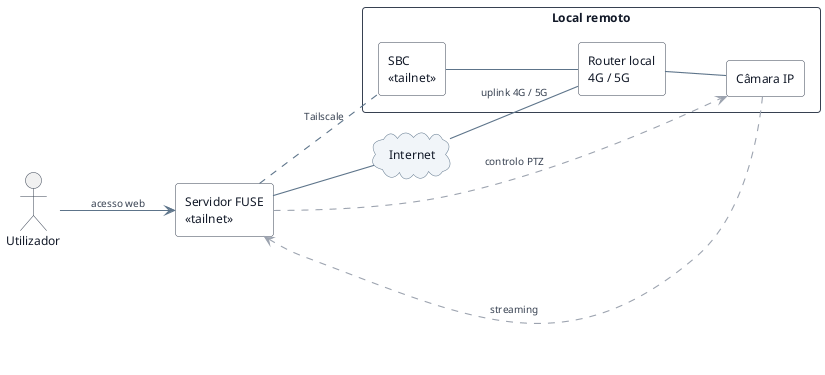
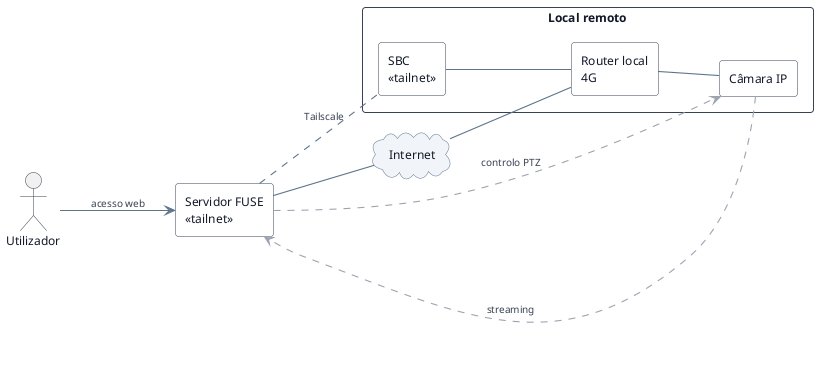
@startuml
' Solução proposta: acesso remoto a CCTV via Tailscale (arquitetura FUSE)
' Convenções:
'   - linha sólida  = conectividade IP física
'   - linha ponto-a-ponto (..)  = túnel VPN Tailscale (end-to-end FUSE <-> SBC)
'   - linha tracejada (dashed)  = fluxos lógicos de dados (streaming / PTZ)

skinparam backgroundColor white
skinparam shadowing false
skinparam defaultFontName Helvetica
skinparam defaultFontSize 12

skinparam ArrowColor #5D748A
skinparam ArrowThickness 1.1
skinparam ArrowFontColor #374151
skinparam ArrowFontSize 10

skinparam PackageStyle rectangle
skinparam RoundCorner 6

skinparam package {
  BorderColor #9CA3AF
  BackgroundColor #FFFFFF
  FontColor #374151
  FontStyle italic
  FontSize 11
}

skinparam rectangle {
  BorderColor #374151
  BackgroundColor #FFFFFF
  FontColor #111827
}

skinparam cloud {
  BorderColor #5D748A
  BackgroundColor #F1F5F9
  FontColor #111827
}

skinparam actor {
  BorderColor #374151
  FontColor #111827
}

left to right direction

actor "Utilizador" as User
rectangle "Servidor FUSE\n«tailnet»" as FUSE
cloud "Internet" as Net

package "Local remoto" as Remote {
-   rectangle "Router local\n4G / 5G" as Router
+   rectangle "Router local\n4G" as Router
  rectangle "SBC\n«tailnet»" as SBC
  rectangle "Câmara IP" as Camera

  Router -up- SBC
  Router -down- Camera
}

' Conectividade IP física (sólido)
User --> FUSE : acesso web
FUSE -- Net
- Net -- Router : uplink 4G / 5G
+ Net -- Router

' Túnel Tailscale (linha ponto-a-ponto, end-to-end entre endpoints da tailnet)
FUSE .. SBC : Tailscale

' Fluxos lógicos de dados (tracejado ligeiro)
Camera -[#9CA3AF,dashed]-> FUSE : streaming
FUSE -[#9CA3AF,dashed]-> Camera : controlo PTZ

@enduml
